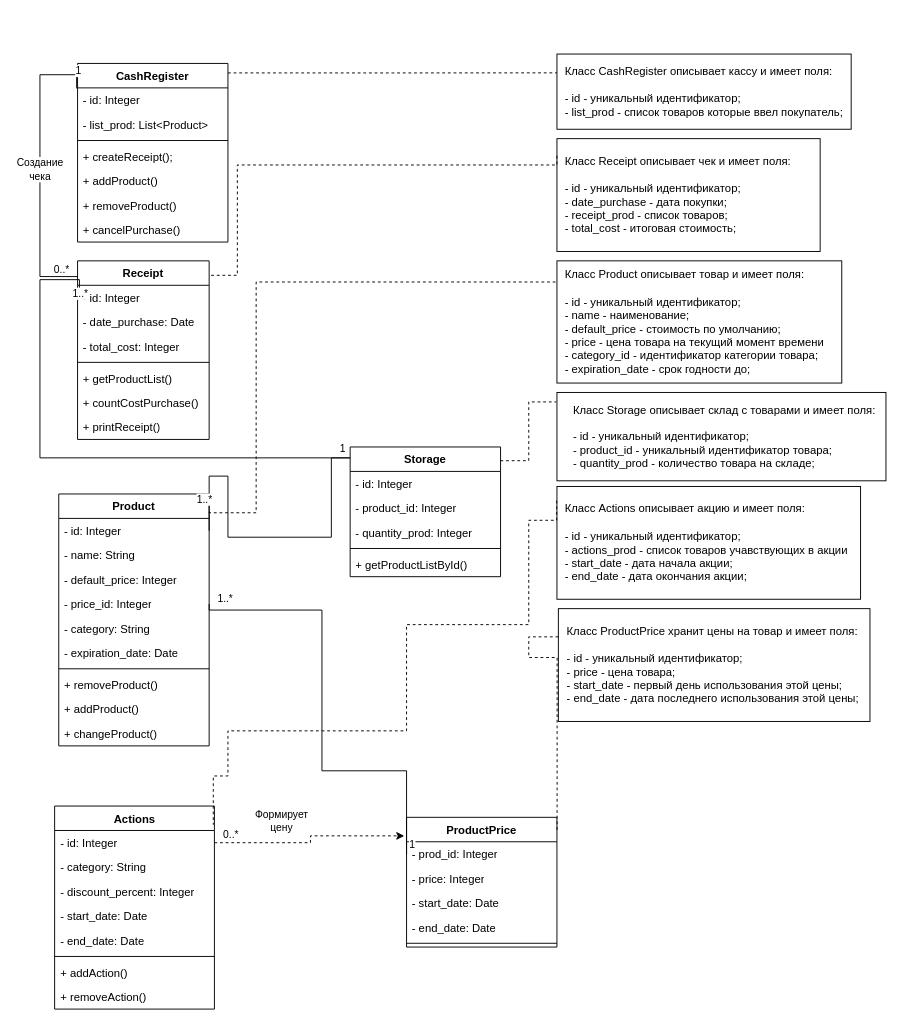
Earlier version of the draw.io diagram Диаграмма без названия.drawio (IlyaSannikow/Machine-learning). Source tidied: cells renumbered, new cells numbered last; positions are measured from the earlier drawing's top-left corner, leaving out a move shared by most shapes. Both pictures are drawn from the tidied source at 94%, with x=0, y=0 at pixel (39, 54).
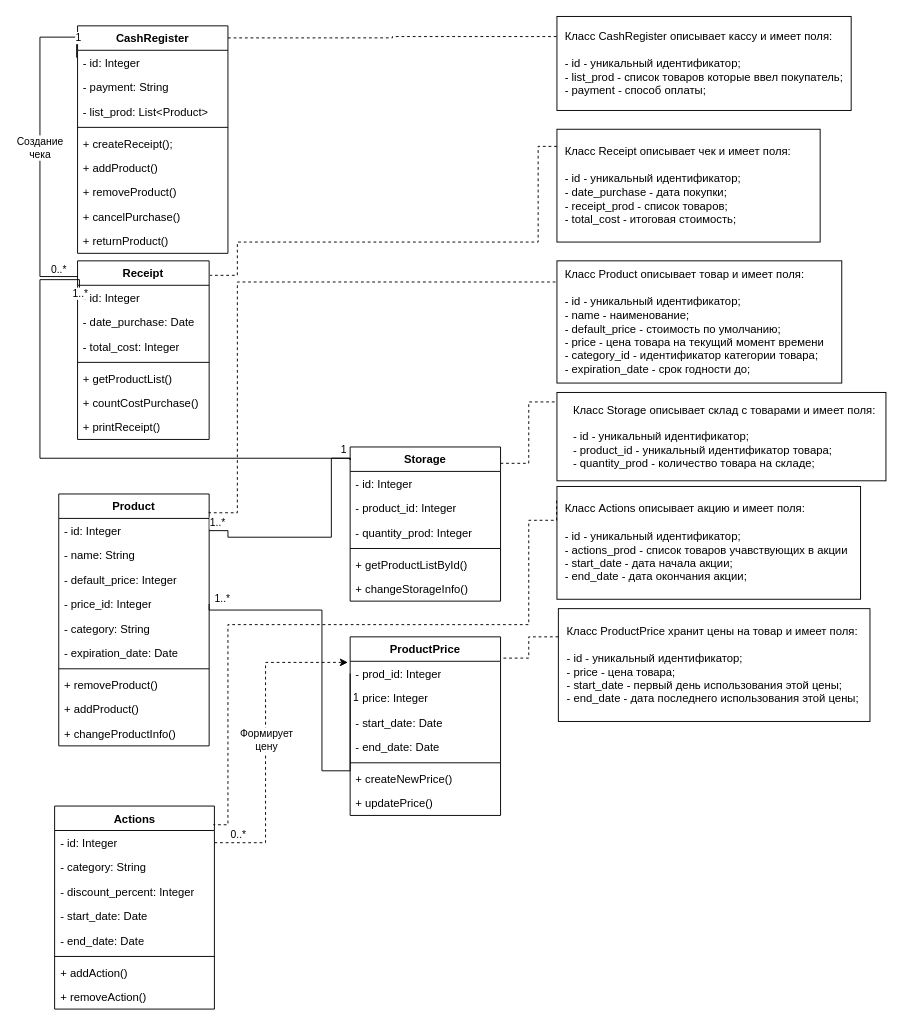
The same diagram, later.

Commit message:
Готовая UML диаграмма компонентов

The change refers to these unchanged cells:
```xml
<mxCell id="2" value="Product" style="swimlane;fontStyle=1;align=center;verticalAlign=top;horizontal=1;startSize=26;whiteSpace=wrap;html=1;" parent="1" vertex="1">
  <mxGeometry x="20" y="468" width="160" height="268" as="geometry" />
</mxCell>
<mxCell id="3" value="- id: Integer" style="text;strokeColor=none;fillColor=none;align=left;verticalAlign=top;spacingLeft=4;spacingRight=4;overflow=hidden;points=[[0,0.5],[1,0.5]];portConstraint=eastwest;whiteSpace=wrap;html=1;" parent="2" vertex="1">
  <mxGeometry y="26" width="160" height="26" as="geometry" />
</mxCell>
<mxCell id="13" value="&amp;nbsp; Класс Product описывает товар и имеет поля:&amp;nbsp;&lt;div&gt;&lt;br&gt;&lt;div&gt;&amp;nbsp; - id - уникальный идентификатор;&lt;/div&gt;&lt;div&gt;&amp;nbsp; - name - наименование;&lt;/div&gt;&lt;div&gt;&amp;nbsp; - default_price - стоимость по умолчанию;&lt;/div&gt;&lt;div&gt;&amp;nbsp; - price - цена товара на текущий момент времени&lt;/div&gt;&lt;div&gt;&amp;nbsp; - category_id - идентификатор категории товара;&lt;/div&gt;&lt;/div&gt;&lt;div&gt;&amp;nbsp; - expiration_date - срок годности до;&lt;/div&gt;" style="html=1;whiteSpace=wrap;align=left;" parent="1" vertex="1">
  <mxGeometry x="550" y="220" width="303" height="130" as="geometry" />
</mxCell>
<mxCell id="25" value="Actions" style="swimlane;fontStyle=1;align=center;verticalAlign=top;horizontal=1;startSize=26;whiteSpace=wrap;html=1;" parent="1" vertex="1">
  <mxGeometry x="15.6" y="800" width="170" height="216" as="geometry" />
</mxCell>
<mxCell id="26" value="- id: Integer" style="text;strokeColor=none;fillColor=none;align=left;verticalAlign=top;spacingLeft=4;spacingRight=4;overflow=hidden;points=[[0,0.5],[1,0.5]];portConstraint=eastwest;whiteSpace=wrap;html=1;" parent="25" vertex="1">
  <mxGeometry y="26" width="170" height="26" as="geometry" />
</mxCell>
<mxCell id="34" value="&amp;nbsp; Класс Actions описывает акцию и имеет поля:&amp;nbsp;&lt;div&gt;&lt;br&gt;&lt;div&gt;&amp;nbsp; - id - уникальный идентификатор;&lt;/div&gt;&lt;div&gt;&amp;nbsp; - actions_prod - список товаров учавствующих в акции&lt;br&gt;&lt;/div&gt;&lt;div&gt;&lt;span style=&quot;background-color: initial;&quot;&gt;&amp;nbsp; - start_date - дата начала акции;&lt;/span&gt;&lt;br&gt;&lt;/div&gt;&lt;/div&gt;&lt;div&gt;&amp;nbsp; - end_date - дата окончания акции;&lt;/div&gt;" style="html=1;whiteSpace=wrap;align=left;" parent="1" vertex="1">
  <mxGeometry x="550" y="460" width="323" height="120" as="geometry" />
</mxCell>
<mxCell id="36" value="Receipt" style="swimlane;fontStyle=1;align=center;verticalAlign=top;horizontal=1;startSize=26;whiteSpace=wrap;html=1;" parent="1" vertex="1">
  <mxGeometry x="40" y="220" width="140" height="190" as="geometry" />
</mxCell>
```

Diff of the diagram source:
```diff
@@
-    <mxCell id="12" value="+ changeProduct()" style="text;strokeColor=none;fillColor=none;align=left;verticalAlign=top;spacingLeft=4;spacingRight=4;overflow=hidden;whiteSpace=wrap;html=1;" parent="2" vertex="1">
+    <mxCell id="12" value="+ changeProductInfo()" style="text;strokeColor=none;fillColor=none;align=left;verticalAlign=top;spacingLeft=4;spacingRight=4;overflow=hidden;whiteSpace=wrap;html=1;" parent="2" vertex="1">
       <mxGeometry y="242" width="160" height="26" as="geometry" />
     </mxCell>
@@
     <mxCell id="14" value="Storage" style="swimlane;fontStyle=1;align=center;verticalAlign=top;horizontal=1;startSize=26;whiteSpace=wrap;html=1;" parent="1" vertex="1">
-      <mxGeometry x="330" y="418" width="160" height="138" as="geometry" />
+      <mxGeometry x="330" y="418" width="160" height="164" as="geometry" />
     </mxCell>
@@
+    <mxCell id="77" value="+ changeStorageInfo()" style="text;strokeColor=none;fillColor=none;align=left;verticalAlign=top;spacingLeft=4;spacingRight=4;overflow=hidden;whiteSpace=wrap;html=1;" parent="14" vertex="1">
+      <mxGeometry y="138" width="160" height="26" as="geometry" />
+    </mxCell>
@@
     <mxCell id="21" style="edgeStyle=orthogonalEdgeStyle;rounded=0;jettySize=auto;html=1;dashed=1;endArrow=none;endFill=0;exitX=-0.005;exitY=0.173;exitDx=0;exitDy=0;exitPerimeter=0;entryX=1;entryY=0.069;entryDx=0;entryDy=0;entryPerimeter=0;" parent="1" edge="1" source="13" target="2">
       <mxGeometry relative="1" as="geometry">
         <Array as="points">
-          <mxPoint x="230" y="243" />
-          <mxPoint x="230" y="488" />
+          <mxPoint x="210" y="242" />
+          <mxPoint x="210" y="488" />
+          <mxPoint x="180" y="488" />
         </Array>
       </mxGeometry>
     </mxCell>
@@
     <mxCell id="23" style="edgeStyle=orthogonalEdgeStyle;rounded=0;jettySize=auto;html=1;exitX=1;exitY=0.5;exitDx=0;exitDy=0;endArrow=none;endFill=0;startArrow=none;startFill=0;entryX=0.001;entryY=0.084;entryDx=0;entryDy=0;entryPerimeter=0;" parent="1" edge="1" source="3" target="14">
       <mxGeometry relative="1" as="geometry">
         <Array as="points">
-          <mxPoint x="180" y="449" />
-          <mxPoint x="200" y="449" />
+          <mxPoint x="200" y="507" />
           <mxPoint x="200" y="514" />
           <mxPoint x="310" y="514" />
           <mxPoint x="310" y="430" />
+          <mxPoint x="330" y="430" />
         </Array>
       </mxGeometry>
     </mxCell>
@@
     <mxCell id="35" style="edgeStyle=orthogonalEdgeStyle;rounded=0;jettySize=auto;html=1;entryX=0.993;entryY=0.092;entryDx=0;entryDy=0;entryPerimeter=0;endArrow=none;endFill=0;dashed=1;exitX=-0.001;exitY=0.126;exitDx=0;exitDy=0;exitPerimeter=0;" parent="1" edge="1" source="34" target="25">
       <mxGeometry relative="1" as="geometry">
         <Array as="points">
           <mxPoint x="550" y="496" />
           <mxPoint x="520" y="496" />
           <mxPoint x="520" y="607" />
-          <mxPoint x="390" y="607" />
-          <mxPoint x="390" y="720" />
-          <mxPoint x="200" y="720" />
-          <mxPoint x="200" y="768" />
+          <mxPoint x="200" y="607" />
+          <mxPoint x="200" y="820" />
         </Array>
       </mxGeometry>
     </mxCell>
@@
     <mxCell id="44" value="CashRegister" style="swimlane;fontStyle=1;align=center;verticalAlign=top;horizontal=1;startSize=26;whiteSpace=wrap;html=1;" parent="1" vertex="1">
-      <mxGeometry x="40" y="10" width="160" height="190" as="geometry" />
+      <mxGeometry x="40" y="-30" width="160" height="242" as="geometry" />
     </mxCell>
@@
+    <mxCell id="78" value="- payment: String" style="text;strokeColor=none;fillColor=none;align=left;verticalAlign=top;spacingLeft=4;spacingRight=4;overflow=hidden;whiteSpace=wrap;html=1;" parent="44" vertex="1">
+      <mxGeometry y="52" width="160" height="26" as="geometry" />
+    </mxCell>
     <mxCell id="46" value="- list_prod: List&amp;lt;Product&amp;gt;" style="text;strokeColor=none;fillColor=none;align=left;verticalAlign=top;spacingLeft=4;spacingRight=4;overflow=hidden;whiteSpace=wrap;html=1;" parent="44" vertex="1">
-      <mxGeometry y="52" width="160" height="26" as="geometry" />
+      <mxGeometry y="78" width="160" height="26" as="geometry" />
     </mxCell>
     <mxCell id="47" style="line;strokeWidth=1;fillColor=none;align=left;verticalAlign=middle;spacingTop=-1;spacingLeft=3;spacingRight=3;labelPosition=right;strokeColor=inherit;" parent="44" vertex="1">
-      <mxGeometry y="78" width="160" height="8" as="geometry" />
+      <mxGeometry y="104" width="160" height="8" as="geometry" />
     </mxCell>
     <mxCell id="48" value="+ createReceipt();" style="text;strokeColor=none;fillColor=none;align=left;verticalAlign=top;spacingLeft=4;spacingRight=4;overflow=hidden;whiteSpace=wrap;html=1;" parent="44" vertex="1">
-      <mxGeometry y="86" width="160" height="26" as="geometry" />
+      <mxGeometry y="112" width="160" height="26" as="geometry" />
     </mxCell>
     <mxCell id="49" value="+ addProduct()" style="text;strokeColor=none;fillColor=none;align=left;verticalAlign=top;spacingLeft=4;spacingRight=4;overflow=hidden;whiteSpace=wrap;html=1;" parent="44" vertex="1">
-      <mxGeometry y="112" width="160" height="26" as="geometry" />
+      <mxGeometry y="138" width="160" height="26" as="geometry" />
     </mxCell>
     <mxCell id="50" value="+ removeProduct()" style="text;strokeColor=none;fillColor=none;align=left;verticalAlign=top;spacingLeft=4;spacingRight=4;overflow=hidden;whiteSpace=wrap;html=1;" parent="44" vertex="1">
-      <mxGeometry y="138" width="160" height="26" as="geometry" />
+      <mxGeometry y="164" width="160" height="26" as="geometry" />
     </mxCell>
     <mxCell id="51" value="+ cancelPurchase()" style="text;strokeColor=none;fillColor=none;align=left;verticalAlign=top;spacingLeft=4;spacingRight=4;overflow=hidden;whiteSpace=wrap;html=1;" parent="44" vertex="1">
-      <mxGeometry y="164" width="160" height="26" as="geometry" />
+      <mxGeometry y="190" width="160" height="26" as="geometry" />
     </mxCell>
+    <mxCell id="79" value="+ returnProduct()" style="text;strokeColor=none;fillColor=none;align=left;verticalAlign=top;spacingLeft=4;spacingRight=4;overflow=hidden;whiteSpace=wrap;html=1;" parent="44" vertex="1">
+      <mxGeometry y="216" width="160" height="26" as="geometry" />
+    </mxCell>
     <mxCell id="52" value="&amp;nbsp; Класс Receipt описывает чек и имеет поля:&amp;nbsp;&lt;div&gt;&lt;br&gt;&lt;div&gt;&amp;nbsp; - id - уникальный идентификатор;&lt;/div&gt;&lt;div&gt;&amp;nbsp; - date_purchase - дата покупки;&lt;/div&gt;&lt;div&gt;&amp;nbsp; - receipt_prod - список товаров;&lt;/div&gt;&lt;div&gt;&amp;nbsp; - total_cost - итоговая стоимость;&lt;/div&gt;&lt;/div&gt;" style="html=1;whiteSpace=wrap;align=left;" parent="1" vertex="1">
-      <mxGeometry x="550" y="90" width="280" height="120" as="geometry" />
+      <mxGeometry x="550" y="80" width="280" height="120" as="geometry" />
     </mxCell>
     <mxCell id="53" style="edgeStyle=orthogonalEdgeStyle;rounded=0;jettySize=auto;html=1;exitX=0;exitY=0.152;exitDx=0;exitDy=0;entryX=1.007;entryY=0.081;entryDx=0;entryDy=0;entryPerimeter=0;exitPerimeter=0;endArrow=none;endFill=0;dashed=1;" parent="1" edge="1" source="52" target="36">
       <mxGeometry relative="1" as="geometry">
         <Array as="points">
-          <mxPoint x="550" y="118" />
-          <mxPoint x="210" y="118" />
+          <mxPoint x="530" y="98" />
+          <mxPoint x="530" y="200" />
+          <mxPoint x="210" y="200" />
           <mxPoint x="210" y="235" />
         </Array>
       </mxGeometry>
     </mxCell>
     <mxCell id="54" value="ProductPrice" style="swimlane;fontStyle=1;align=center;verticalAlign=top;horizontal=1;startSize=26;whiteSpace=wrap;html=1;" parent="1" vertex="1">
-      <mxGeometry x="390" y="812" width="160" height="138" as="geometry" />
+      <mxGeometry x="330" y="620" width="160" height="190" as="geometry" />
     </mxCell>
@@
+    <mxCell id="80" value="+ createNewPrice()" style="text;strokeColor=none;fillColor=none;align=left;verticalAlign=top;spacingLeft=4;spacingRight=4;overflow=hidden;whiteSpace=wrap;html=1;" parent="54" vertex="1">
+      <mxGeometry y="138" width="160" height="26" as="geometry" />
+    </mxCell>
+    <mxCell id="81" value="+ updatePrice()" style="text;strokeColor=none;fillColor=none;align=left;verticalAlign=top;spacingLeft=4;spacingRight=4;overflow=hidden;whiteSpace=wrap;html=1;" parent="54" vertex="1">
+      <mxGeometry y="164" width="160" height="26" as="geometry" />
+    </mxCell>
@@
-    <mxCell id="63" value="&amp;nbsp; Класс CashRegister описывает кассу и имеет поля:&amp;nbsp;&lt;div&gt;&lt;br&gt;&lt;div&gt;&amp;nbsp; - id - уникальный идентификатор;&lt;/div&gt;&lt;/div&gt;&lt;div&gt;&amp;nbsp; - list_prod - список товаров которые ввел покупатель;&lt;/div&gt;" style="html=1;whiteSpace=wrap;align=left;" parent="1" vertex="1">
-      <mxGeometry x="550" width="313" height="80" as="geometry" />
+    <mxCell id="63" value="&amp;nbsp; Класс CashRegister описывает кассу и имеет поля:&amp;nbsp;&lt;div&gt;&lt;br&gt;&lt;div&gt;&amp;nbsp; - id - уникальный идентификатор;&lt;/div&gt;&lt;/div&gt;&lt;div&gt;&amp;nbsp; - list_prod - список товаров которые ввел покупатель;&lt;/div&gt;&lt;div&gt;&amp;nbsp; - payment - способ оплаты;&lt;/div&gt;" style="html=1;whiteSpace=wrap;align=left;" parent="1" vertex="1">
+      <mxGeometry x="550" y="-40" width="313" height="100" as="geometry" />
     </mxCell>
-    <mxCell id="64" style="edgeStyle=orthogonalEdgeStyle;rounded=0;jettySize=auto;html=1;entryX=0;entryY=0.25;entryDx=0;entryDy=0;endArrow=none;endFill=0;dashed=1;exitX=1;exitY=0.053;exitDx=0;exitDy=0;exitPerimeter=0;" parent="1" edge="1" source="44" target="63">
+    <mxCell id="64" style="edgeStyle=orthogonalEdgeStyle;rounded=0;jettySize=auto;html=1;entryX=0;entryY=0.214;entryDx=0;entryDy=0;endArrow=none;endFill=0;dashed=1;exitX=1;exitY=0.053;exitDx=0;exitDy=0;exitPerimeter=0;entryPerimeter=0;" parent="1" edge="1" source="44" target="63">
       <mxGeometry relative="1" as="geometry" />
     </mxCell>
@@
     <mxCell id="67" style="edgeStyle=orthogonalEdgeStyle;rounded=0;jettySize=auto;html=1;exitX=-0.006;exitY=0.14;exitDx=0;exitDy=0;exitPerimeter=0;endArrow=none;endFill=0;entryX=0.003;entryY=0.088;entryDx=0;entryDy=0;entryPerimeter=0;" parent="1" edge="1" source="44" target="36">
       <mxGeometry relative="1" as="geometry">
         <Array as="points">
-          <mxPoint x="38" y="22" />
-          <mxPoint y="22" />
-          <mxPoint y="230" />
+          <mxPoint x="38" y="-18" />
+          <mxPoint y="-18" />
+          <mxPoint y="190" />
         </Array>
       </mxGeometry>
     </mxCell>
@@
     <mxCell id="71" style="edgeStyle=orthogonalEdgeStyle;rounded=0;jettySize=auto;html=1;exitX=1;exitY=0.5;exitDx=0;exitDy=0;entryX=-0.015;entryY=0.143;entryDx=0;entryDy=0;entryPerimeter=0;dashed=1;" parent="1" edge="1" source="26" target="54">
-      <mxGeometry relative="1" as="geometry" />
+      <mxGeometry relative="1" as="geometry">
+        <Array as="points">
+          <mxPoint x="240" y="839" />
+          <mxPoint x="240" y="647" />
+        </Array>
+      </mxGeometry>
     </mxCell>
@@
     <mxCell id="73" value="Формирует&lt;div&gt;цену&lt;/div&gt;" style="edgeLabel;html=1;align=center;verticalAlign=middle;" parent="71" vertex="1">
       <mxGeometry x="0.1" y="-1" relative="1" as="geometry">
-        <mxPoint x="-37" y="-17" as="offset" />
+        <mxPoint x="-1" y="20" as="offset" />
       </mxGeometry>
     </mxCell>
```
